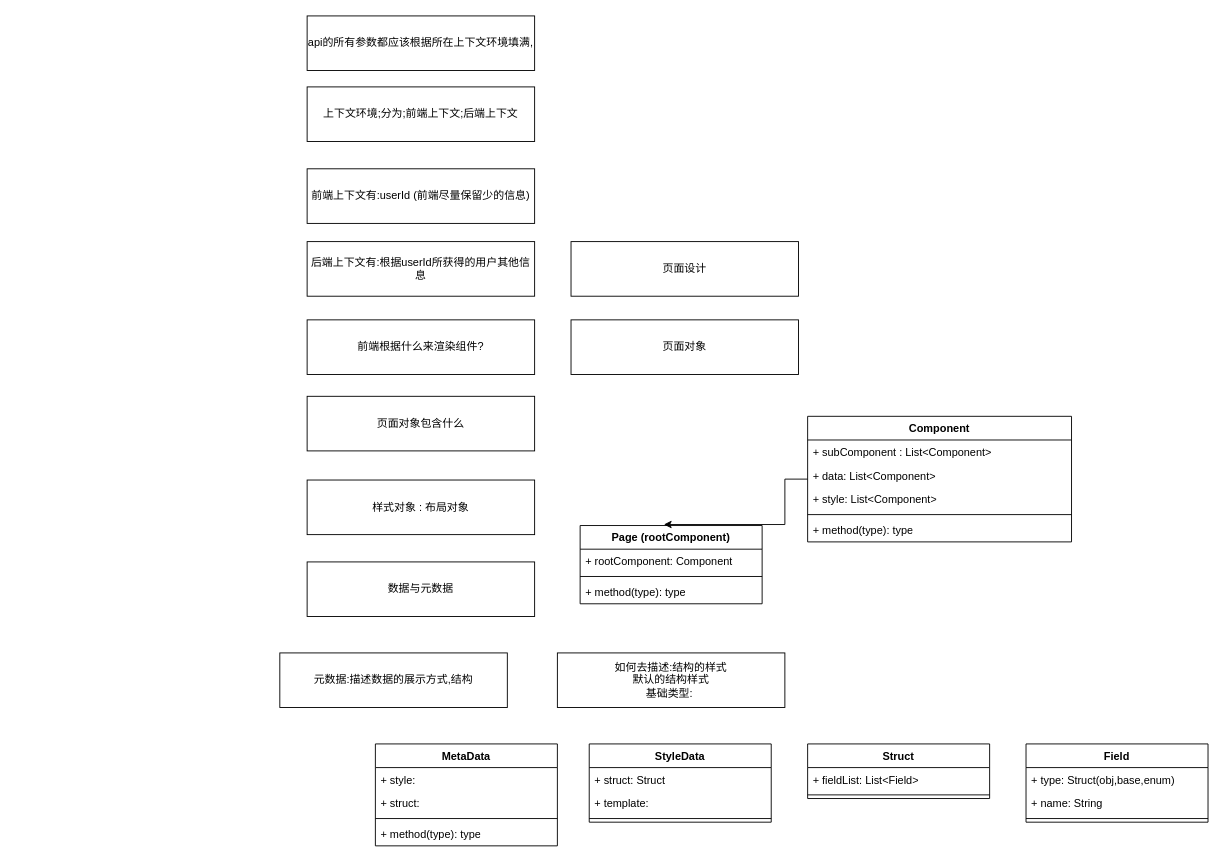
Before: page "第 2 页" (2 of 2) of 低代码.drawio in idbanfan/drawio, a draw.io diagram. Source tidied: cells renumbered, new cells numbered last; positions are measured from the earlier drawing's top-left corner, leaving out a move shared by most shapes. Both pictures are drawn from the tidied source at 91%, with x=0, y=0 at pixel (279, 15).
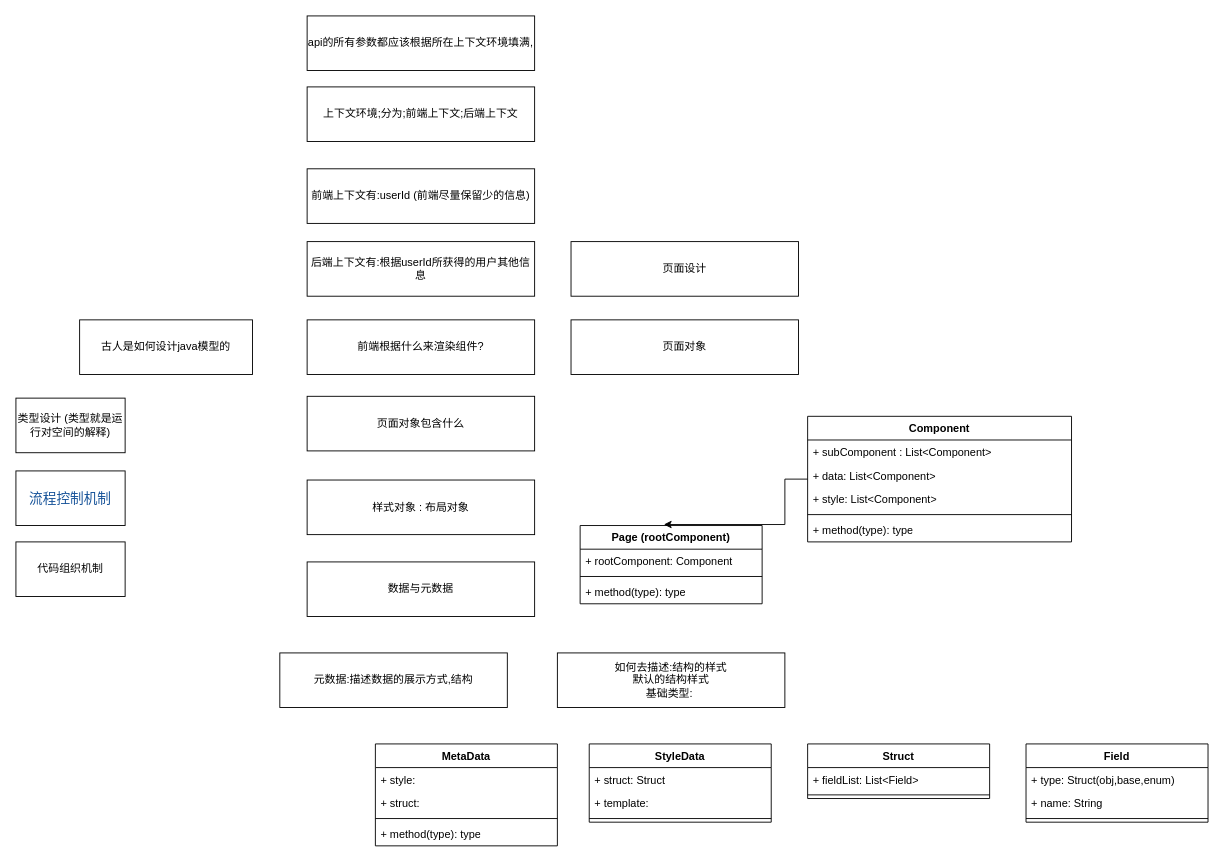
The same page after the edit.

Change to the diagram source:
```diff
@@
+    <mxCell id="41" value="古人是如何设计java模型的" style="rounded=0;whiteSpace=wrap;html=1;" parent="1" vertex="1">
+      <mxGeometry x="-220" y="334" width="190" height="60" as="geometry" />
+    </mxCell>
+    <mxCell id="42" value="类型设计 (类型就是运行对空间的解释)" style="rounded=0;whiteSpace=wrap;html=1;" parent="1" vertex="1">
+      <mxGeometry x="-290" y="420" width="120" height="60" as="geometry" />
+    </mxCell>
+    <mxCell id="43" value="&lt;span style=&quot;color: rgb(18, 18, 18); font-family: -apple-system, BlinkMacSystemFont, &amp;quot;Helvetica Neue&amp;quot;, &amp;quot;PingFang SC&amp;quot;, &amp;quot;Microsoft YaHei&amp;quot;, &amp;quot;Source Han Sans SC&amp;quot;, &amp;quot;Noto Sans CJK SC&amp;quot;, &amp;quot;WenQuanYi Micro Hei&amp;quot;, sans-serif; font-size: 15px; text-align: start; background-color: rgb(255, 255, 255);&quot;&gt;&lt;a style=&quot;color: rgb(23, 83, 153); text-decoration-line: none; cursor: pointer;&quot; target=&quot;_blank&quot; href=&quot;https://www.zhihu.com/search?q=%E6%B5%81%E7%A8%8B%E6%8E%A7%E5%88%B6%E6%9C%BA%E5%88%B6&amp;amp;search_source=Entity&amp;amp;hybrid_search_source=Entity&amp;amp;hybrid_search_extra=%7B%22sourceType%22%3A%22answer%22%2C%22sourceId%22%3A13080459%7D&quot; class=&quot;RichContent-EntityWord css-1esjagr&quot;&gt;流程控制机制&lt;/a&gt;&lt;/span&gt;" style="rounded=0;whiteSpace=wrap;html=1;" parent="1" vertex="1">
+      <mxGeometry x="-290" y="500" width="120" height="60" as="geometry" />
+    </mxCell>
+    <mxCell id="44" value="代码组织机制" style="rounded=0;whiteSpace=wrap;html=1;" parent="1" vertex="1">
+      <mxGeometry x="-290" y="578" width="120" height="60" as="geometry" />
+    </mxCell>
```
